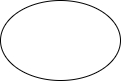
Earlier version of the draw.io export yixun.search.drawio.png (msc3000/draw.io.files). Source tidied: cells renumbered, new cells last; positions are measured from the earlier drawing's top-left corner, leaving out a move shared by most shapes.
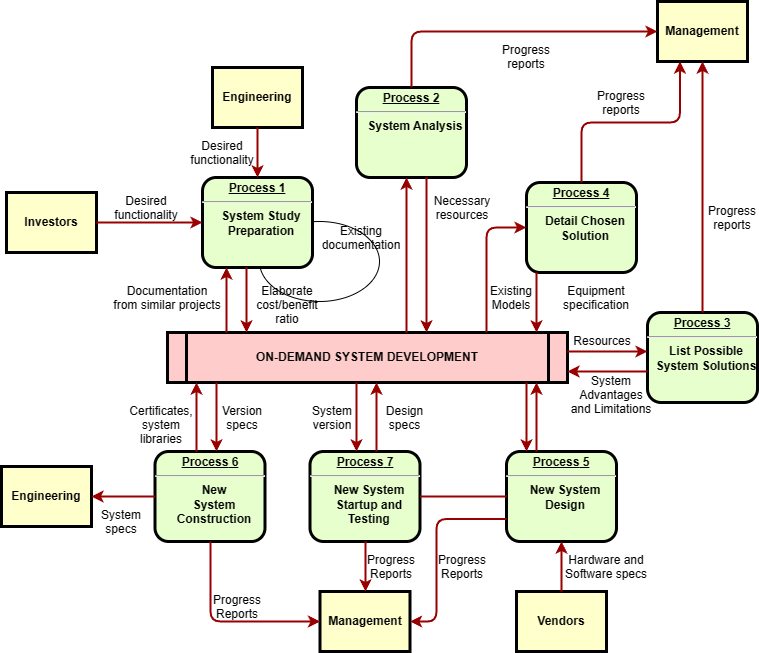
The same diagram one commit later.

The edit, as a diff of the source:
```diff
@@ -5,5 +5,256 @@
     <mxCell id="2" style="ellipse;whiteSpace=wrap;html=1;" parent="1" vertex="1">
       <mxGeometry width="120" height="80" as="geometry" />
     </mxCell>
+    <mxCell id="3" value="&lt;p style=&quot;margin: 0px; margin-top: 4px; text-align: center; text-decoration: underline;&quot;&gt;&lt;strong&gt;Process 1&lt;br /&gt;&lt;/strong&gt;&lt;/p&gt;&lt;hr /&gt;&lt;p style=&quot;margin: 0px; margin-left: 8px;&quot;&gt;System Study&lt;/p&gt;&lt;p style=&quot;margin: 0px; margin-left: 8px;&quot;&gt;Preparation&lt;/p&gt;" style="verticalAlign=middle;align=center;overflow=fill;fontSize=12;fontFamily=Helvetica;html=1;rounded=1;fontStyle=1;strokeWidth=3;fillColor=#E6FFCC;" parent="1" vertex="1">
+      <mxGeometry x="-57" y="-44" width="110" height="90" as="geometry" />
+    </mxCell>
+    <mxCell id="4" value="Engineering" style="whiteSpace=wrap;align=center;verticalAlign=middle;fontStyle=1;strokeWidth=3;fillColor=#FFFFCC;" parent="1" vertex="1">
+      <mxGeometry x="-47" y="-154" width="90" height="60" as="geometry" />
+    </mxCell>
+    <mxCell id="5" value="Investors" style="whiteSpace=wrap;align=center;verticalAlign=middle;fontStyle=1;strokeWidth=3;fillColor=#FFFFCC;" parent="1" vertex="1">
+      <mxGeometry x="-253" y="-29" width="90" height="60" as="geometry" />
+    </mxCell>
+    <mxCell id="6" value="ON-DEMAND SYSTEM DEVELOPMENT" style="shape=process;whiteSpace=wrap;align=center;verticalAlign=middle;size=0.0475;fontStyle=1;strokeWidth=3;fillColor=#FFCCCC;" parent="1" vertex="1">
+      <mxGeometry x="-92" y="111" width="400" height="50" as="geometry" />
+    </mxCell>
+    <mxCell id="7" value="&lt;p style=&quot;margin: 0px; margin-top: 4px; text-align: center; text-decoration: underline;&quot;&gt;&lt;strong&gt;Process 2&lt;br /&gt;&lt;/strong&gt;&lt;/p&gt;&lt;hr /&gt;&lt;p style=&quot;margin: 0px; margin-left: 8px;&quot;&gt;System Analysis&lt;/p&gt;" style="verticalAlign=middle;align=center;overflow=fill;fontSize=12;fontFamily=Helvetica;html=1;rounded=1;fontStyle=1;strokeWidth=3;fillColor=#E6FFCC;" parent="1" vertex="1">
+      <mxGeometry x="97" y="-134" width="110" height="90" as="geometry" />
+    </mxCell>
+    <mxCell id="8" value="&lt;p style=&quot;margin: 0px; margin-top: 4px; text-align: center; text-decoration: underline;&quot;&gt;&lt;strong&gt;&lt;strong&gt;Process&lt;/strong&gt; 3&lt;br /&gt;&lt;/strong&gt;&lt;/p&gt;&lt;hr /&gt;&lt;p style=&quot;margin: 0px; margin-left: 8px;&quot;&gt;List Possible&lt;/p&gt;&lt;p style=&quot;margin: 0px; margin-left: 8px;&quot;&gt;System Solutions&lt;/p&gt;" style="verticalAlign=middle;align=center;overflow=fill;fontSize=12;fontFamily=Helvetica;html=1;rounded=1;fontStyle=1;strokeWidth=3;fillColor=#E6FFCC;" parent="1" vertex="1">
+      <mxGeometry x="388" y="91" width="110" height="90" as="geometry" />
+    </mxCell>
+    <mxCell id="9" value="&lt;p style=&quot;margin: 0px; margin-top: 4px; text-align: center; text-decoration: underline;&quot;&gt;&lt;strong&gt;&lt;strong&gt;Process&lt;/strong&gt; 4&lt;br /&gt;&lt;/strong&gt;&lt;/p&gt;&lt;hr /&gt;&lt;p style=&quot;margin: 0px; margin-left: 8px;&quot;&gt;Detail Chosen&lt;/p&gt;&lt;p style=&quot;margin: 0px; margin-left: 8px;&quot;&gt;Solution&lt;/p&gt;" style="verticalAlign=middle;align=center;overflow=fill;fontSize=12;fontFamily=Helvetica;html=1;rounded=1;fontStyle=1;strokeWidth=3;fillColor=#E6FFCC;" parent="1" vertex="1">
+      <mxGeometry x="267" y="-39" width="110" height="90" as="geometry" />
+    </mxCell>
+    <mxCell id="10" value="&lt;p style=&quot;margin: 0px; margin-top: 4px; text-align: center; text-decoration: underline;&quot;&gt;&lt;strong&gt;&lt;strong&gt;Process&lt;/strong&gt; 5&lt;br /&gt;&lt;/strong&gt;&lt;/p&gt;&lt;hr /&gt;&lt;p style=&quot;margin: 0px; margin-left: 8px;&quot;&gt;New System&lt;/p&gt;&lt;p style=&quot;margin: 0px; margin-left: 8px;&quot;&gt;Design&lt;/p&gt;" style="verticalAlign=middle;align=center;overflow=fill;fontSize=12;fontFamily=Helvetica;html=1;rounded=1;fontStyle=1;strokeWidth=3;fillColor=#E6FFCC;" parent="1" vertex="1">
+      <mxGeometry x="247" y="230" width="110" height="90" as="geometry" />
+    </mxCell>
+    <mxCell id="11" value="&lt;p style=&quot;margin: 0px; margin-top: 4px; text-align: center; text-decoration: underline;&quot;&gt;&lt;strong&gt;&lt;strong&gt;Process&lt;/strong&gt; 6&lt;br /&gt;&lt;/strong&gt;&lt;/p&gt;&lt;hr /&gt;&lt;p style=&quot;margin: 0px; margin-left: 8px;&quot;&gt;New&lt;/p&gt;&lt;p style=&quot;margin: 0px; margin-left: 8px;&quot;&gt;System&lt;/p&gt;&lt;p style=&quot;margin: 0px; margin-left: 8px;&quot;&gt;Construction&lt;/p&gt;" style="verticalAlign=middle;align=center;overflow=fill;fontSize=12;fontFamily=Helvetica;html=1;rounded=1;fontStyle=1;strokeWidth=3;fillColor=#E6FFCC;" parent="1" vertex="1">
+      <mxGeometry x="-104.5" y="230" width="110" height="90" as="geometry" />
+    </mxCell>
+    <mxCell id="12" value="Management" style="whiteSpace=wrap;align=center;verticalAlign=middle;fontStyle=1;strokeWidth=3;fillColor=#FFFFCC;" parent="1" vertex="1">
+      <mxGeometry x="398" y="-220" width="90" height="60" as="geometry" />
+    </mxCell>
+    <mxCell id="13" value="Management" style="whiteSpace=wrap;align=center;verticalAlign=middle;fontStyle=1;strokeWidth=3;fillColor=#FFFFCC;" parent="1" vertex="1">
+      <mxGeometry x="60.5" y="370" width="90" height="60" as="geometry" />
+    </mxCell>
+    <mxCell id="14" value="Engineering" style="whiteSpace=wrap;align=center;verticalAlign=middle;fontStyle=1;strokeWidth=3;fillColor=#FFFFCC;" parent="1" vertex="1">
+      <mxGeometry x="-258" y="245" width="90" height="60" as="geometry" />
+    </mxCell>
+    <mxCell id="15" value="Vendors" style="whiteSpace=wrap;align=center;verticalAlign=middle;fontStyle=1;strokeWidth=3;fillColor=#FFFFCC;" parent="1" vertex="1">
+      <mxGeometry x="257" y="370" width="90" height="60" as="geometry" />
+    </mxCell>
+    <mxCell id="16" style="edgeStyle=none;noEdgeStyle=1;strokeColor=#990000;strokeWidth=2;" parent="1" edge="1" source="4" target="3">
+      <mxGeometry relative="1" as="geometry" />
+    </mxCell>
+    <mxCell id="17" style="edgeStyle=none;noEdgeStyle=1;strokeColor=#990000;strokeWidth=2;" parent="1" edge="1" source="5" target="3">
+      <mxGeometry relative="1" as="geometry" />
+    </mxCell>
+    <mxCell id="18" value="&lt;p style=&quot;margin: 0px; margin-top: 4px; text-align: center; text-decoration: underline;&quot;&gt;&lt;strong&gt;&lt;strong&gt;Process&lt;/strong&gt; 7&lt;br /&gt;&lt;/strong&gt;&lt;/p&gt;&lt;hr /&gt;&lt;p style=&quot;margin: 0px; margin-left: 8px;&quot;&gt;New System&lt;/p&gt;&lt;p style=&quot;margin: 0px; margin-left: 8px;&quot;&gt;Startup and&lt;/p&gt;&lt;p style=&quot;margin: 0px; margin-left: 8px;&quot;&gt;Testing&lt;/p&gt;" style="verticalAlign=middle;align=center;overflow=fill;fontSize=12;fontFamily=Helvetica;html=1;rounded=1;fontStyle=1;strokeWidth=3;fillColor=#E6FFCC;" parent="1" vertex="1">
+      <mxGeometry x="50.5" y="230" width="110" height="90" as="geometry" />
+    </mxCell>
+    <mxCell id="19" style="endArrow=none;noEdgeStyle=1;strokeColor=#990000;strokeWidth=2;" parent="1" edge="1" source="10" target="18">
+      <mxGeometry relative="1" as="geometry" />
+    </mxCell>
+    <mxCell id="20" value="Desired &#10;functionality" style="text;spacingTop=-5;align=center;" parent="1" vertex="1">
+      <mxGeometry x="-128" y="-29" width="30" height="20" as="geometry" />
+    </mxCell>
+    <mxCell id="21" value="Desired &#10;functionality" style="text;spacingTop=-5;align=center;" parent="1" vertex="1">
+      <mxGeometry x="-52" y="-84" width="30" height="20" as="geometry" />
+    </mxCell>
+    <mxCell id="22" value="Documentation&#10;from similar projects" style="text;spacingTop=-5;align=center;" parent="1" vertex="1">
+      <mxGeometry x="-107" y="61" width="30" height="20" as="geometry" />
+    </mxCell>
+    <mxCell id="23" style="edgeStyle=elbowEdgeStyle;elbow=horizontal;strokeColor=#990000;strokeWidth=2;" parent="1" edge="1" source="6" target="3">
+      <mxGeometry relative="1" as="geometry">
+        <Array as="points">
+          <mxPoint x="-33" y="90" />
+        </Array>
+      </mxGeometry>
+    </mxCell>
+    <mxCell id="24" style="edgeStyle=elbowEdgeStyle;elbow=horizontal;strokeColor=#990000;strokeWidth=2;" parent="1" edge="1" source="3" target="6">
+      <mxGeometry relative="1" as="geometry">
+        <Array as="points">
+          <mxPoint x="-13" y="80" />
+        </Array>
+      </mxGeometry>
+    </mxCell>
+    <mxCell id="25" value="Elaborate&#10;cost/benefit&#10;ratio" style="text;spacingTop=-5;align=center;" parent="1" vertex="1">
+      <mxGeometry x="13" y="61" width="30" height="20" as="geometry" />
+    </mxCell>
+    <mxCell id="26" style="edgeStyle=elbowEdgeStyle;elbow=horizontal;strokeColor=#990000;strokeWidth=2;" parent="1" edge="1" source="6" target="7">
+      <mxGeometry relative="1" as="geometry">
+        <Array as="points">
+          <mxPoint x="147" y="30" />
+        </Array>
+      </mxGeometry>
+    </mxCell>
+    <mxCell id="27" style="edgeStyle=elbowEdgeStyle;elbow=horizontal;strokeColor=#990000;strokeWidth=2;" parent="1" edge="1" source="7" target="6">
+      <mxGeometry relative="1" as="geometry">
+        <Array as="points">
+          <mxPoint x="167" y="40" />
+        </Array>
+      </mxGeometry>
+    </mxCell>
+    <mxCell id="28" value="Existing&#10;documentation" style="text;spacingTop=-5;align=center;" parent="1" vertex="1">
+      <mxGeometry x="87" y="1" width="30" height="20" as="geometry" />
+    </mxCell>
+    <mxCell id="29" value="Necessary&#10;resources" style="text;spacingTop=-5;align=center;" parent="1" vertex="1">
+      <mxGeometry x="188" y="-29" width="30" height="20" as="geometry" />
+    </mxCell>
+    <mxCell id="30" value="Progress&#10;reports" style="text;spacingTop=-5;align=center;" parent="1" vertex="1">
+      <mxGeometry x="252" y="-180" width="30" height="20" as="geometry" />
+    </mxCell>
+    <mxCell id="31" value="Progress&#10;reports" style="text;spacingTop=-5;align=center;" parent="1" vertex="1">
+      <mxGeometry x="347" y="-134" width="30" height="20" as="geometry" />
+    </mxCell>
+    <mxCell id="32" value="Progress&#10;reports" style="text;spacingTop=-5;align=center;" parent="1" vertex="1">
+      <mxGeometry x="458" y="-19" width="30" height="20" as="geometry" />
+    </mxCell>
+    <mxCell id="33" style="edgeStyle=elbowEdgeStyle;elbow=horizontal;strokeColor=#990000;strokeWidth=2;" parent="1" edge="1" source="7" target="12">
+      <mxGeometry relative="1" as="geometry">
+        <Array as="points">
+          <mxPoint x="152" y="-140" />
+        </Array>
+      </mxGeometry>
+    </mxCell>
+    <mxCell id="34" style="edgeStyle=elbowEdgeStyle;elbow=vertical;entryX=0.25;entryY=1;strokeColor=#990000;strokeWidth=2;" parent="1" edge="1" source="9" target="12">
+      <mxGeometry relative="1" as="geometry" />
+    </mxCell>
+    <mxCell id="35" style="edgeStyle=elbowEdgeStyle;elbow=horizontal;strokeColor=#990000;strokeWidth=2;" parent="1" edge="1" source="8" target="12">
+      <mxGeometry relative="1" as="geometry" />
+    </mxCell>
+    <mxCell id="36" style="edgeStyle=elbowEdgeStyle;elbow=horizontal;strokeColor=#990000;strokeWidth=2;" parent="1" edge="1" source="9" target="6">
+      <mxGeometry relative="1" as="geometry">
+        <Array as="points">
+          <mxPoint x="277" y="80" />
+        </Array>
+      </mxGeometry>
+    </mxCell>
+    <mxCell id="37" style="edgeStyle=segmentEdgeStyle;strokeColor=#990000;strokeWidth=2;" parent="1" edge="1" source="6" target="9">
+      <mxGeometry relative="1" as="geometry">
+        <Array as="points">
+          <mxPoint x="227" y="6" />
+        </Array>
+      </mxGeometry>
+    </mxCell>
+    <mxCell id="38" value="Existing&#10;Models" style="text;spacingTop=-5;align=center;" parent="1" vertex="1">
+      <mxGeometry x="237" y="61" width="30" height="20" as="geometry" />
+    </mxCell>
+    <mxCell id="39" value="Equipment&#10;specification" style="text;spacingTop=-5;align=center;" parent="1" vertex="1">
+      <mxGeometry x="322" y="61" width="30" height="20" as="geometry" />
+    </mxCell>
+    <mxCell id="40" style="edgeStyle=elbowEdgeStyle;elbow=vertical;strokeColor=#990000;strokeWidth=2;" parent="1" edge="1" source="6" target="8">
+      <mxGeometry relative="1" as="geometry">
+        <Array as="points">
+          <mxPoint x="357" y="130" />
+        </Array>
+      </mxGeometry>
+    </mxCell>
+    <mxCell id="41" style="edgeStyle=elbowEdgeStyle;elbow=vertical;strokeColor=#990000;strokeWidth=2;" parent="1" edge="1" source="8" target="6">
+      <mxGeometry relative="1" as="geometry">
+        <Array as="points">
+          <mxPoint x="357" y="150" />
+        </Array>
+      </mxGeometry>
+    </mxCell>
+    <mxCell id="42" value="Resources" style="text;spacingTop=-5;align=center;" parent="1" vertex="1">
+      <mxGeometry x="328" y="111" width="30" height="20" as="geometry" />
+    </mxCell>
+    <mxCell id="43" value="System &#10;Advantages &#10;and Limitations" style="text;spacingTop=-5;align=center;" parent="1" vertex="1">
+      <mxGeometry x="337" y="151" width="30" height="20" as="geometry" />
+    </mxCell>
+    <mxCell id="44" style="edgeStyle=elbowEdgeStyle;elbow=horizontal;strokeColor=#990000;strokeWidth=2;" parent="1" edge="1" source="10" target="6">
+      <mxGeometry relative="1" as="geometry">
+        <Array as="points">
+          <mxPoint x="277" y="190" />
+        </Array>
+      </mxGeometry>
+    </mxCell>
+    <mxCell id="45" style="edgeStyle=elbowEdgeStyle;elbow=horizontal;strokeColor=#990000;strokeWidth=2;" parent="1" edge="1" source="6" target="10">
+      <mxGeometry relative="1" as="geometry">
+        <Array as="points">
+          <mxPoint x="267" y="200" />
+        </Array>
+      </mxGeometry>
+    </mxCell>
+    <mxCell id="46" style="edgeStyle=elbowEdgeStyle;elbow=horizontal;strokeColor=#990000;strokeWidth=2;" parent="1" edge="1" source="15" target="10">
+      <mxGeometry relative="1" as="geometry" />
+    </mxCell>
+    <mxCell id="47" value="Hardware and&#10;Software specs" style="text;spacingTop=-5;align=center;" parent="1" vertex="1">
+      <mxGeometry x="332" y="330" width="30" height="20" as="geometry" />
+    </mxCell>
+    <mxCell id="48" style="edgeStyle=elbowEdgeStyle;elbow=horizontal;exitX=0;exitY=0.75;strokeColor=#990000;strokeWidth=2;" parent="1" edge="1" source="10" target="13">
+      <mxGeometry relative="1" as="geometry">
+        <Array as="points">
+          <mxPoint x="177" y="350" />
+        </Array>
+      </mxGeometry>
+    </mxCell>
+    <mxCell id="49" value="Progress&#10;Reports" style="text;spacingTop=-5;align=center;" parent="1" vertex="1">
+      <mxGeometry x="188" y="330" width="30" height="20" as="geometry" />
+    </mxCell>
+    <mxCell id="50" style="edgeStyle=elbowEdgeStyle;elbow=horizontal;strokeColor=#990000;strokeWidth=2;" parent="1" edge="1" source="18" target="13">
+      <mxGeometry relative="1" as="geometry" />
+    </mxCell>
+    <mxCell id="51" value="Progress&#10;Reports" style="text;spacingTop=-5;align=center;" parent="1" vertex="1">
+      <mxGeometry x="117" y="330" width="30" height="20" as="geometry" />
+    </mxCell>
+    <mxCell id="52" style="edgeStyle=elbowEdgeStyle;elbow=horizontal;strokeColor=#990000;strokeWidth=2;" parent="1" edge="1" source="11" target="13">
+      <mxGeometry relative="1" as="geometry">
+        <Array as="points">
+          <mxPoint x="-49" y="350" />
+        </Array>
+      </mxGeometry>
+    </mxCell>
+    <mxCell id="53" value="Progress&#10;Reports" style="text;spacingTop=-5;align=center;" parent="1" vertex="1">
+      <mxGeometry x="-37" y="370" width="30" height="20" as="geometry" />
+    </mxCell>
+    <mxCell id="54" style="edgeStyle=elbowEdgeStyle;elbow=vertical;strokeColor=#990000;strokeWidth=2;" parent="1" edge="1" source="11" target="14">
+      <mxGeometry relative="1" as="geometry" />
+    </mxCell>
+    <mxCell id="55" style="edgeStyle=elbowEdgeStyle;elbow=horizontal;strokeColor=#990000;strokeWidth=2;" parent="1" edge="1" source="6" target="18">
+      <mxGeometry relative="1" as="geometry">
+        <Array as="points">
+          <mxPoint x="97" y="190" />
+        </Array>
+      </mxGeometry>
+    </mxCell>
+    <mxCell id="56" style="edgeStyle=elbowEdgeStyle;elbow=horizontal;strokeColor=#990000;strokeWidth=2;" parent="1" edge="1" source="18" target="6">
+      <mxGeometry relative="1" as="geometry">
+        <Array as="points">
+          <mxPoint x="117" y="190" />
+        </Array>
+      </mxGeometry>
+    </mxCell>
+    <mxCell id="57" value="Version&#10;specs" style="text;spacingTop=-5;align=center;" parent="1" vertex="1">
+      <mxGeometry x="-32" y="181" width="30" height="20" as="geometry" />
+    </mxCell>
+    <mxCell id="58" value="Certificates,&#10;system&#10;libraries" style="text;spacingTop=-5;align=center;" parent="1" vertex="1">
+      <mxGeometry x="-113" y="181" width="30" height="20" as="geometry" />
+    </mxCell>
+    <mxCell id="59" style="edgeStyle=elbowEdgeStyle;elbow=horizontal;strokeColor=#990000;strokeWidth=2;" parent="1" edge="1" source="6" target="11">
+      <mxGeometry relative="1" as="geometry">
+        <Array as="points">
+          <mxPoint x="-43" y="190" />
+        </Array>
+      </mxGeometry>
+    </mxCell>
+    <mxCell id="60" style="edgeStyle=elbowEdgeStyle;elbow=horizontal;strokeColor=#990000;strokeWidth=2;" parent="1" edge="1" source="11" target="6">
+      <mxGeometry relative="1" as="geometry">
+        <Array as="points">
+          <mxPoint x="-63" y="190" />
+        </Array>
+      </mxGeometry>
+    </mxCell>
+    <mxCell id="61" value="System&#10;specs" style="text;spacingTop=-5;align=center;" parent="1" vertex="1">
+      <mxGeometry x="-153" y="285" width="30" height="20" as="geometry" />
+    </mxCell>
+    <mxCell id="62" value="Design&#10;specs" style="text;spacingTop=-5;align=center;" parent="1" vertex="1">
+      <mxGeometry x="130.5" y="181" width="30" height="20" as="geometry" />
+    </mxCell>
+    <mxCell id="63" value="System&#10;version" style="text;spacingTop=-5;align=center;" parent="1" vertex="1">
+      <mxGeometry x="58" y="181" width="30" height="20" as="geometry" />
+    </mxCell>
   </root>
 </mxGraphModel>
```
